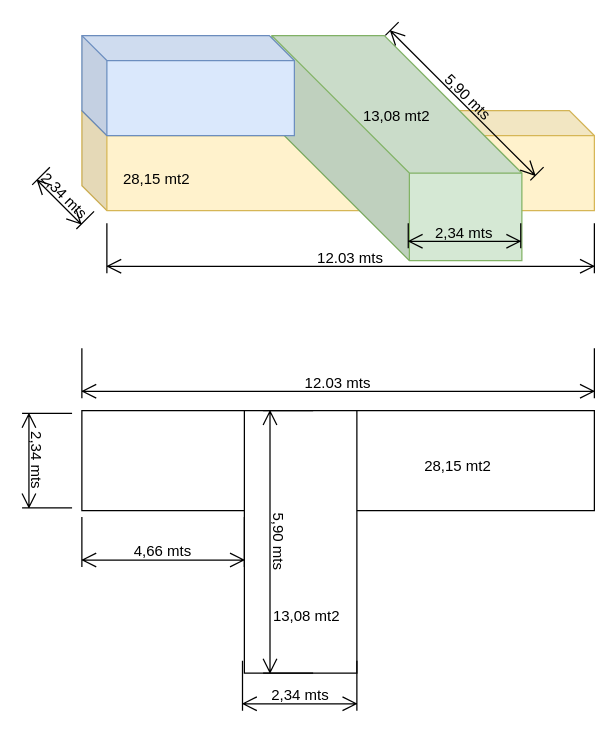
Earlier version of the draw.io diagram Casa.drawio (lcastrose/architecture). Source tidied: cells renumbered, new cells numbered last; positions are measured from the earlier drawing's top-left corner, leaving out a move shared by most shapes. Both pictures are drawn from the tidied source at 125%, with x=0, y=0 at pixel (-1, 35).
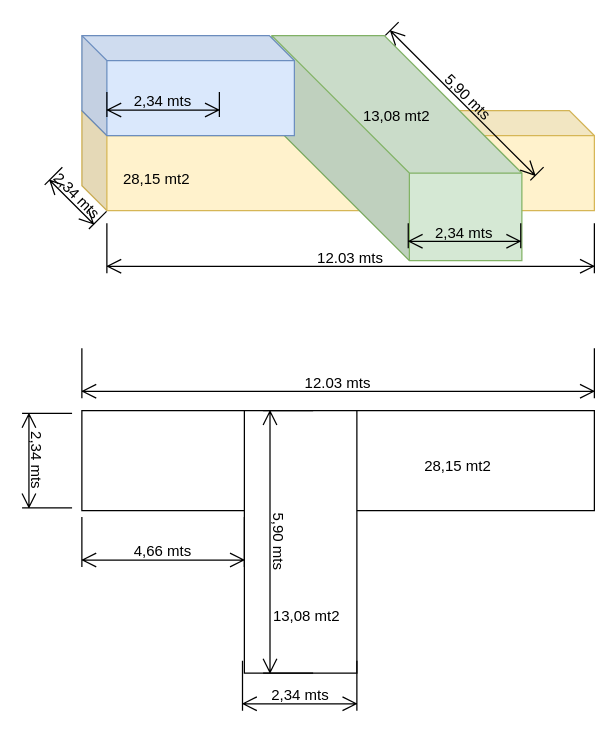
The same page after the edit.

Diff of the diagram source:
```diff
@@
     <mxCell id="19" value="2,34 mts" style="shape=dimension;whiteSpace=wrap;html=1;align=center;verticalAlign=bottom;spacingBottom=3;labelBackgroundColor=none;rotation=45;" parent="1" vertex="1">
-      <mxGeometry x="26" y="120" width="50" height="20" as="geometry" />
+      <mxGeometry x="36" y="120" width="50" height="20" as="geometry" />
     </mxCell>
+    <mxCell id="20" value="2,34 mts" style="shape=dimension;whiteSpace=wrap;html=1;align=center;verticalAlign=bottom;spacingBottom=3;labelBackgroundColor=none;" parent="1" vertex="1">
+      <mxGeometry x="86" y="45" width="90" height="20" as="geometry" />
+    </mxCell>
```
